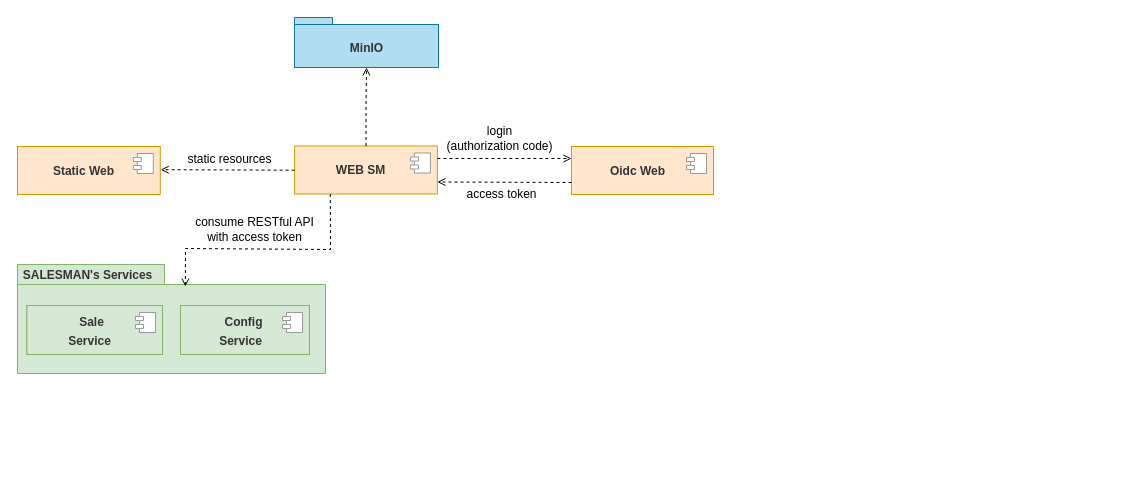
This is salesman.drawio from mitgaming/drawio, a draw.io file, before an edit. Source tidied: cells renumbered, new cells numbered last; positions are measured from the earlier drawing's top-left corner, leaving out a move shared by most shapes. Both pictures are drawn from the tidied source at 100%, with x=0, y=0 at pixel (17, 17).
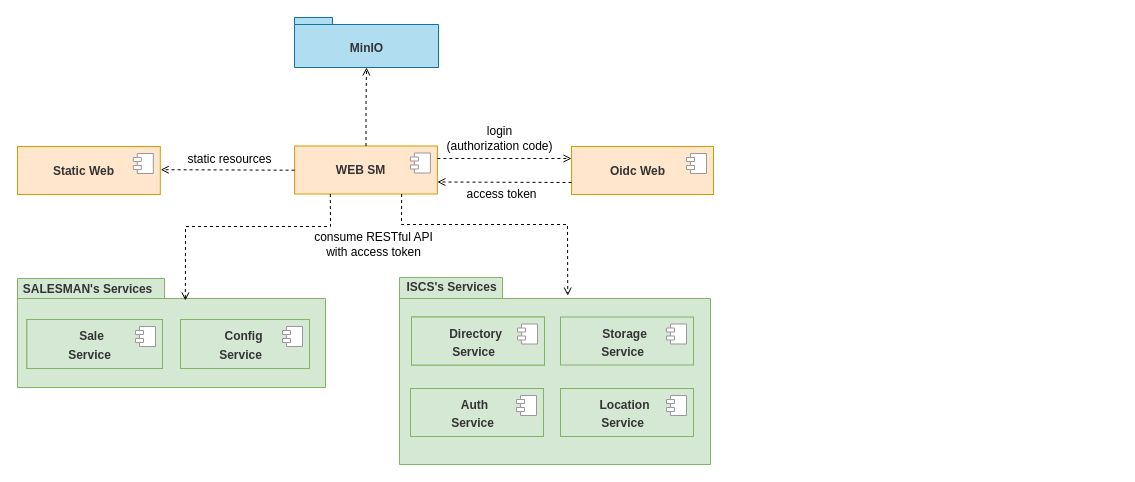
The same page after the edit.

The change refers to these unchanged cells:
```xml
<mxCell id="3" value="&lt;p style=&quot;line-height: 0.7&quot;&gt;&lt;/p&gt;&lt;h2 style=&quot;font-size: 13px&quot;&gt;&lt;br&gt;&lt;/h2&gt;&lt;p&gt;&lt;/p&gt;" style="html=1;strokeColor=#d79b00;fillColor=#ffe6cc;" parent="2" vertex="1">
  <mxGeometry width="142.8" height="48" as="geometry" />
</mxCell>
<mxCell id="15" style="shape=folder;fontStyle=1;spacingTop=10;tabWidth=147;tabHeight=20;tabPosition=left;html=1;strokeColor=#82b366;fillColor=#d5e8d4;" parent="14" vertex="1">
  <mxGeometry width="308" height="109" as="geometry" />
</mxCell>
```

The edit, as a diff of the source:
```diff
@@
     <mxCell id="14" style="group;" parent="1" vertex="1">
-      <mxGeometry y="247" width="308" height="109" as="geometry" />
+      <mxGeometry y="261" width="308" height="109" as="geometry" />
     </mxCell>
@@
     <mxCell id="36" style="endArrow=open;html=1;rounded=0;dashed=1;exitX=0.25;exitY=1;exitDx=0;exitDy=0;entryX=0.545;entryY=0.202;entryDx=0;entryDy=0;endFill=0;entryPerimeter=0;" parent="1" edge="1" source="3" target="15">
       <mxGeometry relative="1" as="geometry">
         <Array as="points">
-          <mxPoint x="313" y="232" />
-          <mxPoint x="168" y="231" />
+          <mxPoint x="313" y="209" />
+          <mxPoint x="168" y="209" />
         </Array>
       </mxGeometry>
     </mxCell>
     <mxCell id="37" value="consume RESTful API&lt;br&gt;with access token" style="text;html=1;align=center;verticalAlign=middle;strokeColor=none;fillColor=none;" parent="1" vertex="1">
-      <mxGeometry x="172" y="196" width="129" height="32" as="geometry" />
+      <mxGeometry x="291" y="211" width="129" height="32" as="geometry" />
     </mxCell>
+    <mxCell id="38" style="group;" parent="1" vertex="1">
+      <mxGeometry x="382" y="260" width="718" height="187" as="geometry" />
+    </mxCell>
+    <mxCell id="39" style="shape=folder;fontStyle=1;spacingTop=10;tabWidth=103;tabHeight=21;tabPosition=left;html=1;strokeColor=#82b366;fillColor=#d5e8d4;" parent="38" vertex="1">
+      <mxGeometry width="311" height="187" as="geometry" />
+    </mxCell>
+    <mxCell id="40" value="&lt;span style=&quot;color: rgb(51 , 51 , 51)&quot;&gt;&lt;b&gt;ISCS's Services&lt;/b&gt;&lt;/span&gt;" style="text;html=1;align=center;verticalAlign=middle;strokeColor=none;fillColor=none;" parent="38" vertex="1">
+      <mxGeometry x="2" y="1" width="100" height="18" as="geometry" />
+    </mxCell>
+    <mxCell id="41" style="group;fillColor=#d5e8d4;strokeColor=#82b366;" parent="38" vertex="1">
+      <mxGeometry x="12" y="39.5" width="133" height="48" as="geometry" />
+    </mxCell>
+    <mxCell id="42" style="group;" parent="41" vertex="1">
+      <mxGeometry width="133" height="48" as="geometry" />
+    </mxCell>
+    <mxCell id="43" value="&lt;p style=&quot;line-height: 0.7&quot;&gt;&lt;/p&gt;&lt;h2 style=&quot;font-size: 13px&quot;&gt;&lt;br&gt;&lt;/h2&gt;&lt;p&gt;&lt;/p&gt;" style="html=1;strokeColor=#82b366;fillColor=#d5e8d4;" parent="42" vertex="1">
+      <mxGeometry width="133" height="48" as="geometry" />
+    </mxCell>
+    <mxCell id="44" style="shape=module;jettyWidth=8;jettyHeight=4;strokeColor=#999999;" parent="43" vertex="1">
+      <mxGeometry x="1" width="20" height="20" relative="1" as="geometry">
+        <mxPoint x="-27" y="7" as="offset" />
+      </mxGeometry>
+    </mxCell>
+    <mxCell id="45" value="&lt;span style=&quot;color: rgb(51 , 51 , 51)&quot;&gt;&lt;b&gt;Directory&lt;/b&gt;&lt;/span&gt;" style="text;html=1;align=center;verticalAlign=middle;strokeColor=none;fillColor=none;" parent="42" vertex="1">
+      <mxGeometry x="32" y="8" width="63" height="18" as="geometry" />
+    </mxCell>
+    <mxCell id="46" value="&lt;font color=&quot;#333333&quot;&gt;&lt;b&gt;Service&lt;/b&gt;&lt;/font&gt;" style="text;html=1;align=center;verticalAlign=middle;strokeColor=none;fillColor=none;" parent="42" vertex="1">
+      <mxGeometry x="35" y="26" width="53" height="18" as="geometry" />
+    </mxCell>
+    <mxCell id="47" style="group;" parent="38" vertex="1">
+      <mxGeometry x="161" y="39.5" width="133" height="48" as="geometry" />
+    </mxCell>
+    <mxCell id="48" value="&lt;p style=&quot;line-height: 0.7&quot;&gt;&lt;/p&gt;&lt;h2 style=&quot;font-size: 13px&quot;&gt;&lt;br&gt;&lt;/h2&gt;&lt;p&gt;&lt;/p&gt;" style="html=1;strokeColor=#82b366;fillColor=#d5e8d4;" parent="47" vertex="1">
+      <mxGeometry width="133" height="48" as="geometry" />
+    </mxCell>
+    <mxCell id="49" style="shape=module;jettyWidth=8;jettyHeight=4;strokeColor=#999999;" parent="48" vertex="1">
+      <mxGeometry x="1" width="20" height="20" relative="1" as="geometry">
+        <mxPoint x="-27" y="7" as="offset" />
+      </mxGeometry>
+    </mxCell>
+    <mxCell id="50" value="&lt;span style=&quot;color: rgb(51 , 51 , 51)&quot;&gt;&lt;b&gt;Storage&lt;/b&gt;&lt;/span&gt;" style="text;html=1;align=center;verticalAlign=middle;strokeColor=none;fillColor=none;" parent="47" vertex="1">
+      <mxGeometry x="36" y="8" width="55" height="18" as="geometry" />
+    </mxCell>
+    <mxCell id="51" value="&lt;font color=&quot;#333333&quot;&gt;&lt;b&gt;Service&lt;/b&gt;&lt;/font&gt;" style="text;html=1;align=center;verticalAlign=middle;strokeColor=none;fillColor=none;" parent="47" vertex="1">
+      <mxGeometry x="35" y="26" width="53" height="18" as="geometry" />
+    </mxCell>
+    <mxCell id="52" style="group;" parent="38" vertex="1">
+      <mxGeometry x="11" y="111" width="133" height="48" as="geometry" />
+    </mxCell>
+    <mxCell id="53" value="&lt;p style=&quot;line-height: 0.7&quot;&gt;&lt;/p&gt;&lt;h2 style=&quot;font-size: 13px&quot;&gt;&lt;br&gt;&lt;/h2&gt;&lt;p&gt;&lt;/p&gt;" style="html=1;strokeColor=#82b366;fillColor=#d5e8d4;" parent="52" vertex="1">
+      <mxGeometry width="133" height="48" as="geometry" />
+    </mxCell>
+    <mxCell id="54" style="shape=module;jettyWidth=8;jettyHeight=4;strokeColor=#999999;" parent="53" vertex="1">
+      <mxGeometry x="1" width="20" height="20" relative="1" as="geometry">
+        <mxPoint x="-27" y="7" as="offset" />
+      </mxGeometry>
+    </mxCell>
+    <mxCell id="55" value="&lt;span style=&quot;color: rgb(51 , 51 , 51)&quot;&gt;&lt;b&gt;Auth&lt;/b&gt;&lt;/span&gt;" style="text;html=1;align=center;verticalAlign=middle;strokeColor=none;fillColor=none;" parent="52" vertex="1">
+      <mxGeometry x="45" y="8" width="37" height="18" as="geometry" />
+    </mxCell>
+    <mxCell id="56" value="&lt;font color=&quot;#333333&quot;&gt;&lt;b&gt;Service&lt;/b&gt;&lt;/font&gt;" style="text;html=1;align=center;verticalAlign=middle;strokeColor=none;fillColor=none;" parent="52" vertex="1">
+      <mxGeometry x="35" y="26" width="53" height="18" as="geometry" />
+    </mxCell>
+    <mxCell id="57" style="group;" parent="38" vertex="1">
+      <mxGeometry x="161" y="111" width="133" height="48" as="geometry" />
+    </mxCell>
+    <mxCell id="58" value="&lt;p style=&quot;line-height: 0.7&quot;&gt;&lt;/p&gt;&lt;h2 style=&quot;font-size: 13px&quot;&gt;&lt;br&gt;&lt;/h2&gt;&lt;p&gt;&lt;/p&gt;" style="html=1;strokeColor=#82b366;fillColor=#d5e8d4;" parent="57" vertex="1">
+      <mxGeometry width="133" height="48" as="geometry" />
+    </mxCell>
+    <mxCell id="59" style="shape=module;jettyWidth=8;jettyHeight=4;strokeColor=#999999;" parent="58" vertex="1">
+      <mxGeometry x="1" width="20" height="20" relative="1" as="geometry">
+        <mxPoint x="-27" y="7" as="offset" />
+      </mxGeometry>
+    </mxCell>
+    <mxCell id="60" value="&lt;span style=&quot;color: rgb(51 , 51 , 51)&quot;&gt;&lt;b&gt;Location&lt;/b&gt;&lt;/span&gt;" style="text;html=1;align=center;verticalAlign=middle;strokeColor=none;fillColor=none;" parent="57" vertex="1">
+      <mxGeometry x="34" y="8" width="60" height="18" as="geometry" />
+    </mxCell>
+    <mxCell id="61" value="&lt;font color=&quot;#333333&quot;&gt;&lt;b&gt;Service&lt;/b&gt;&lt;/font&gt;" style="text;html=1;align=center;verticalAlign=middle;strokeColor=none;fillColor=none;" parent="57" vertex="1">
+      <mxGeometry x="35" y="26" width="53" height="18" as="geometry" />
+    </mxCell>
+    <mxCell id="62" style="endArrow=open;html=1;rounded=0;dashed=1;exitX=0.75;exitY=1;exitDx=0;exitDy=0;entryX=0.541;entryY=0.097;entryDx=0;entryDy=0;endFill=0;entryPerimeter=0;" parent="1" edge="1" source="3" target="39">
+      <mxGeometry relative="1" as="geometry">
+        <Array as="points">
+          <mxPoint x="384" y="207" />
+          <mxPoint x="550" y="207" />
+        </Array>
+      </mxGeometry>
+    </mxCell>
```
